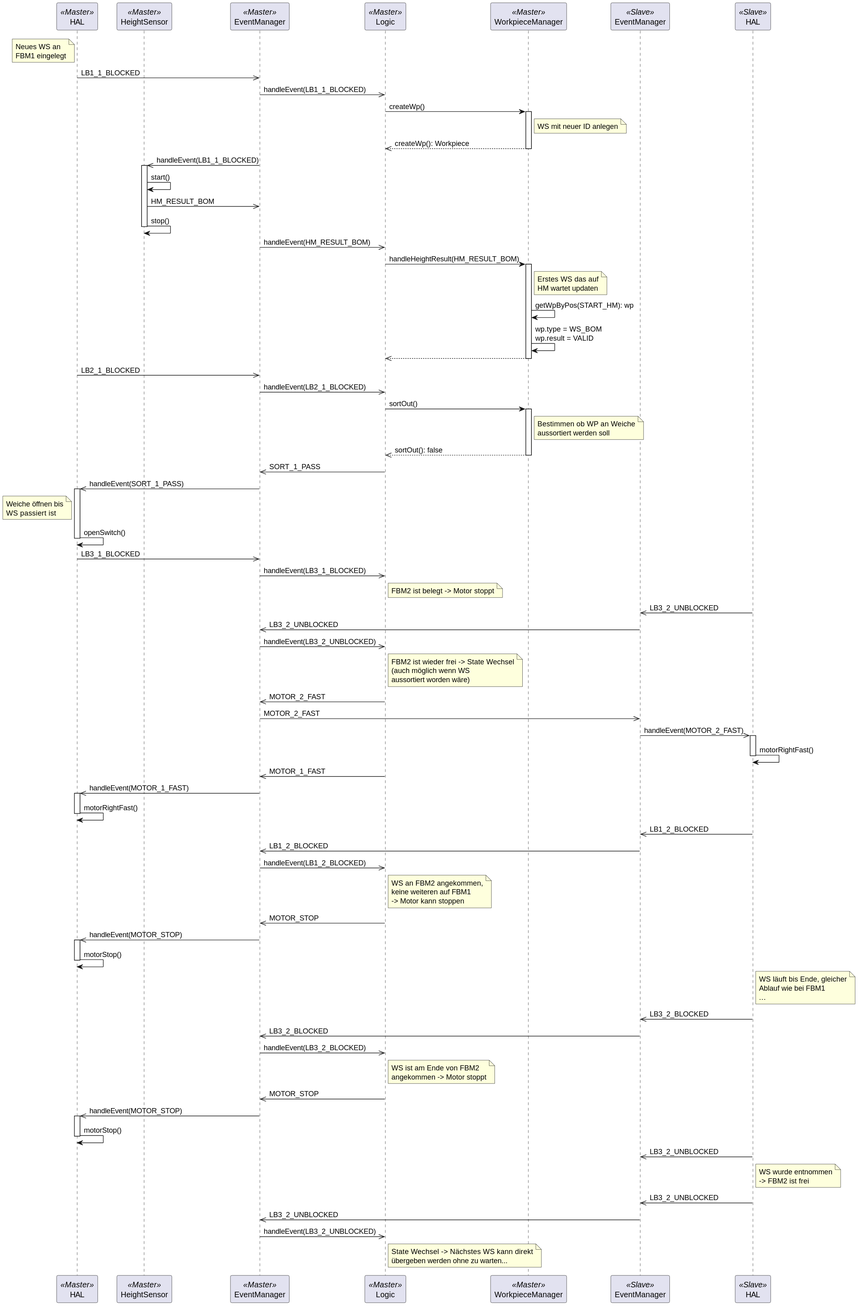
This is docs/diagrams/sequence/sort_ok.svg from u2knwy/ESEP-2023SoSe-Team-2-1, a PlantUML export, as it was before one commit.
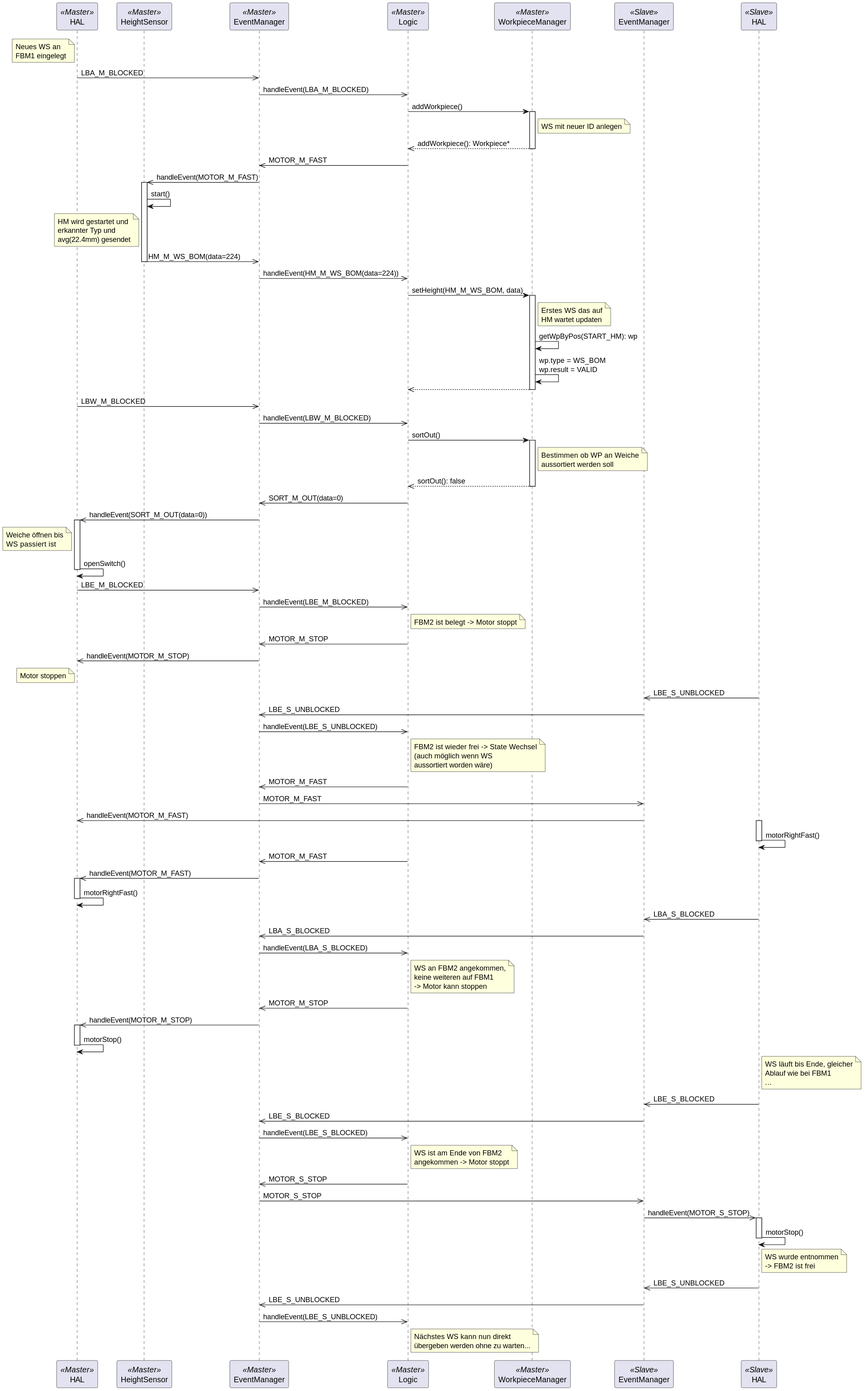
The same diagram one commit later.

Change to the diagram source:
```diff
@@ -8,21 +8,22 @@
 participant "HAL" as HAL_S << Slave >>
 
 note left of HAL_M : Neues WS an\nFBM1 eingelegt
-HAL_M ->> EVM_M : LB1_1_BLOCKED
-EVM_M ->> Logic : handleEvent(LB1_1_BLOCKED)
-Logic -> WPM : createWp()
+HAL_M ->> EVM_M : LBA_M_BLOCKED
+EVM_M ->> Logic : handleEvent(LBA_M_BLOCKED)
+Logic -> WPM : addWorkpiece()
 note right of WPM : WS mit neuer ID anlegen
 activate WPM
-WPM -->> Logic : createWp(): Workpiece
+WPM -->> Logic : addWorkpiece(): Workpiece*
 deactivate WPM
-EVM_M ->> HM_M : handleEvent(LB1_1_BLOCKED)
+Logic ->> EVM_M : MOTOR_M_FAST
+EVM_M ->> HM_M : handleEvent(MOTOR_M_FAST)
 activate HM_M
 HM_M -> HM_M : start()
-HM_M ->> EVM_M : HM_RESULT_BOM
-HM_M -> HM_M : stop()
+note left of HM_M : HM wird gestartet und\nerkannter Typ und\navg(22.4mm) gesendet
+HM_M ->> EVM_M : HM_M_WS_BOM(data=224)
 deactivate HM_M
-EVM_M ->> Logic : handleEvent(HM_RESULT_BOM)
-Logic -> WPM : handleHeightResult(HM_RESULT_BOM)
+EVM_M ->> Logic : handleEvent(HM_M_WS_BOM(data=224))
+Logic -> WPM : setHeight(HM_M_WS_BOM, data)
 activate WPM
 note right of WPM : Erstes WS das auf\nHM wartet updaten
 WPM -> WPM : getWpByPos(START_HM): wp
@@ -30,64 +31,67 @@
 WPM -->> Logic
 deactivate WPM
 
-HAL_M ->> EVM_M : LB2_1_BLOCKED
-EVM_M ->> Logic : handleEvent(LB2_1_BLOCKED)
+HAL_M ->> EVM_M : LBW_M_BLOCKED
+EVM_M ->> Logic : handleEvent(LBW_M_BLOCKED)
 Logic -> WPM : sortOut()
 activate WPM
 note right of WPM : Bestimmen ob WP an Weiche\naussortiert werden soll
 WPM -->> Logic : sortOut(): false
 deactivate WPM
-Logic ->> EVM_M : SORT_1_PASS
-EVM_M ->> HAL_M : handleEvent(SORT_1_PASS)
+Logic ->> EVM_M : SORT_M_OUT(data=0)
+EVM_M ->> HAL_M : handleEvent(SORT_M_OUT(data=0))
 note left of HAL_M : Weiche öffnen bis\nWS passiert ist
 activate HAL_M
 HAL_M -> HAL_M : openSwitch()
 deactivate HAL_M
-HAL_M ->> EVM_M : LB3_1_BLOCKED
-EVM_M ->> Logic : handleEvent(LB3_1_BLOCKED)
+HAL_M ->> EVM_M : LBE_M_BLOCKED
+EVM_M ->> Logic : handleEvent(LBE_M_BLOCKED)
 note right of Logic : FBM2 ist belegt -> Motor stoppt
-HAL_S ->> EVM_S : LB3_2_UNBLOCKED
-EVM_S ->> EVM_M : LB3_2_UNBLOCKED
-EVM_M ->> Logic : handleEvent(LB3_2_UNBLOCKED)
+Logic ->> EVM_M : MOTOR_M_STOP
+EVM_M ->> HAL_M : handleEvent(MOTOR_M_STOP)
+note left of HAL_M : Motor stoppen
+HAL_S ->> EVM_S : LBE_S_UNBLOCKED
+EVM_S ->> EVM_M : LBE_S_UNBLOCKED
+EVM_M ->> Logic : handleEvent(LBE_S_UNBLOCKED)
 note right of Logic : FBM2 ist wieder frei -> State Wechsel\n(auch möglich wenn WS\naussortiert worden wäre)
-Logic ->> EVM_M : MOTOR_2_FAST
-EVM_M ->> EVM_S : MOTOR_2_FAST
-EVM_S ->> HAL_S : handleEvent(MOTOR_2_FAST)
+Logic ->> EVM_M : MOTOR_M_FAST
+EVM_M ->> EVM_S : MOTOR_M_FAST
+EVM_S ->> HAL_M : handleEvent(MOTOR_M_FAST)
 activate HAL_S
 HAL_S -> HAL_S : motorRightFast()
 deactivate HAL_S
-Logic ->> EVM_M : MOTOR_1_FAST
-EVM_M ->> HAL_M : handleEvent(MOTOR_1_FAST)
+Logic ->> EVM_M : MOTOR_M_FAST
+EVM_M ->> HAL_M : handleEvent(MOTOR_M_FAST)
 activate HAL_M
 HAL_M -> HAL_M : motorRightFast()
 deactivate HAL_M
 
-HAL_S ->> EVM_S : LB1_2_BLOCKED
-EVM_S ->> EVM_M : LB1_2_BLOCKED
-EVM_M ->> Logic : handleEvent(LB1_2_BLOCKED)
+HAL_S ->> EVM_S : LBA_S_BLOCKED
+EVM_S ->> EVM_M : LBA_S_BLOCKED
+EVM_M ->> Logic : handleEvent(LBA_S_BLOCKED)
 note right of Logic : WS an FBM2 angekommen,\nkeine weiteren auf FBM1\n-> Motor kann stoppen
-Logic ->> EVM_M : MOTOR_STOP
-EVM_M ->> HAL_M : handleEvent(MOTOR_STOP)
+Logic ->> EVM_M : MOTOR_M_STOP
+EVM_M ->> HAL_M : handleEvent(MOTOR_M_STOP)
 activate HAL_M
 HAL_M -> HAL_M : motorStop()
 deactivate HAL_M
 
 note right of HAL_S : WS läuft bis Ende, gleicher\nAblauf wie bei FBM1\n...
-HAL_S ->> EVM_S : LB3_2_BLOCKED
-EVM_S ->> EVM_M : LB3_2_BLOCKED
-EVM_M ->> Logic : handleEvent(LB3_2_BLOCKED)
+HAL_S ->> EVM_S : LBE_S_BLOCKED
+EVM_S ->> EVM_M : LBE_S_BLOCKED
+EVM_M ->> Logic : handleEvent(LBE_S_BLOCKED)
 note right of Logic : WS ist am Ende von FBM2\nangekommen -> Motor stoppt
-Logic ->> EVM_M : MOTOR_STOP
-EVM_M ->> HAL_M : handleEvent(MOTOR_STOP)
-activate HAL_M
-HAL_M -> HAL_M : motorStop()
-deactivate HAL_M
+Logic ->> EVM_M : MOTOR_S_STOP
+EVM_M ->> EVM_S : MOTOR_S_STOP
+EVM_S ->> HAL_S : handleEvent(MOTOR_S_STOP)
+activate HAL_S
+HAL_S -> HAL_S : motorStop()
+deactivate HAL_S
 
-HAL_S ->> EVM_S : LB3_2_UNBLOCKED
 note right of HAL_S : WS wurde entnommen\n-> FBM2 ist frei
-HAL_S ->> EVM_S : LB3_2_UNBLOCKED
-EVM_S ->> EVM_M : LB3_2_UNBLOCKED
-EVM_M ->> Logic : handleEvent(LB3_2_UNBLOCKED)
-note right of Logic : State Wechsel -> Nächstes WS kann direkt\nübergeben werden ohne zu warten...
+HAL_S ->> EVM_S : LBE_S_UNBLOCKED
+EVM_S ->> EVM_M : LBE_S_UNBLOCKED
+EVM_M ->> Logic : handleEvent(LBE_S_UNBLOCKED)
+note right of Logic : Nächstes WS kann nun direkt\nübergeben werden ohne zu warten...
 
 @enduml
```
